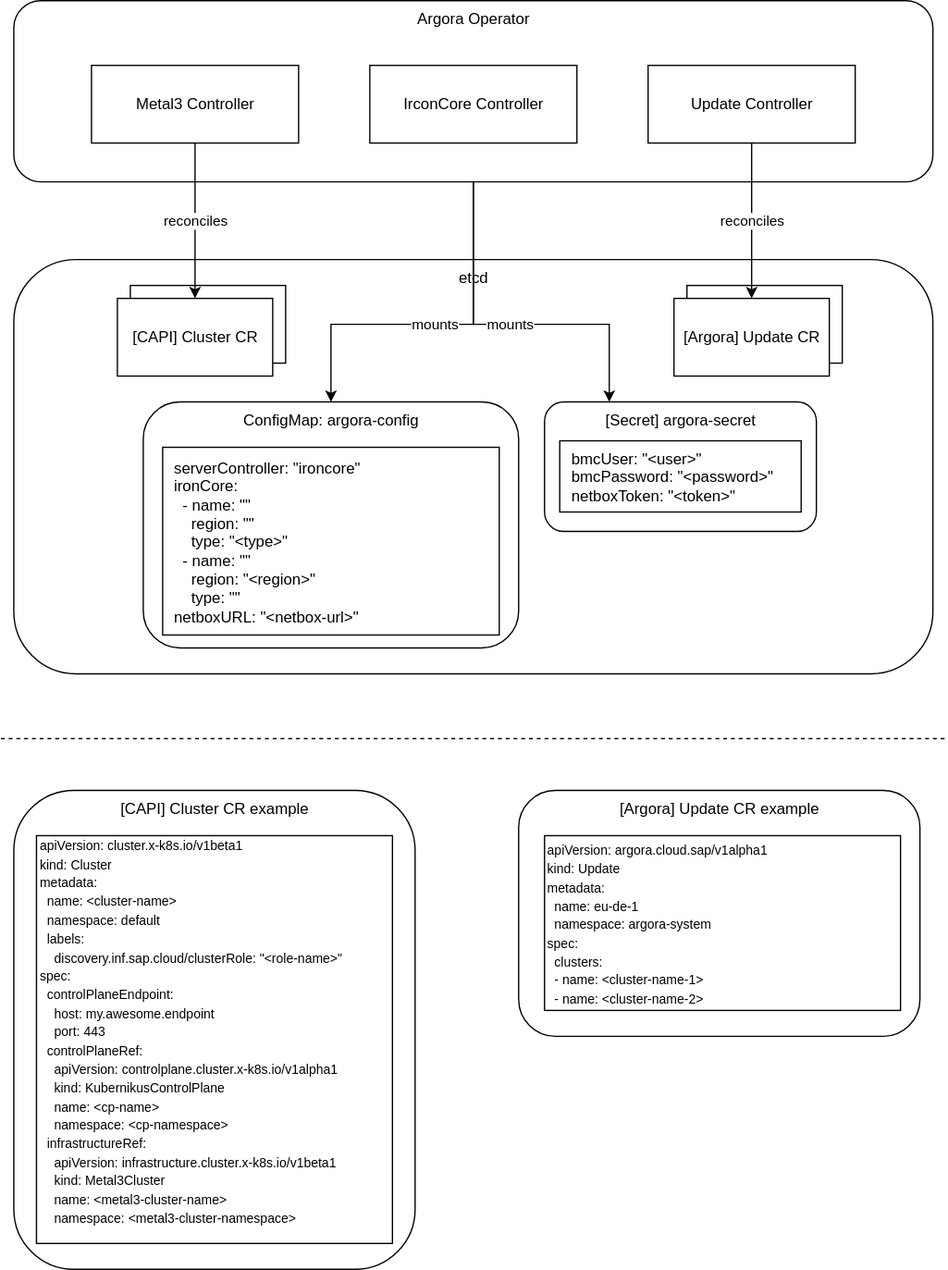
sapcc/argora keeps this draw.io diagram as docs/architecture/argora.svg. Above is the earlier version. Source tidied: cells renumbered, new cells last; positions are measured from the earlier drawing's top-left corner, leaving out a move shared by most shapes.
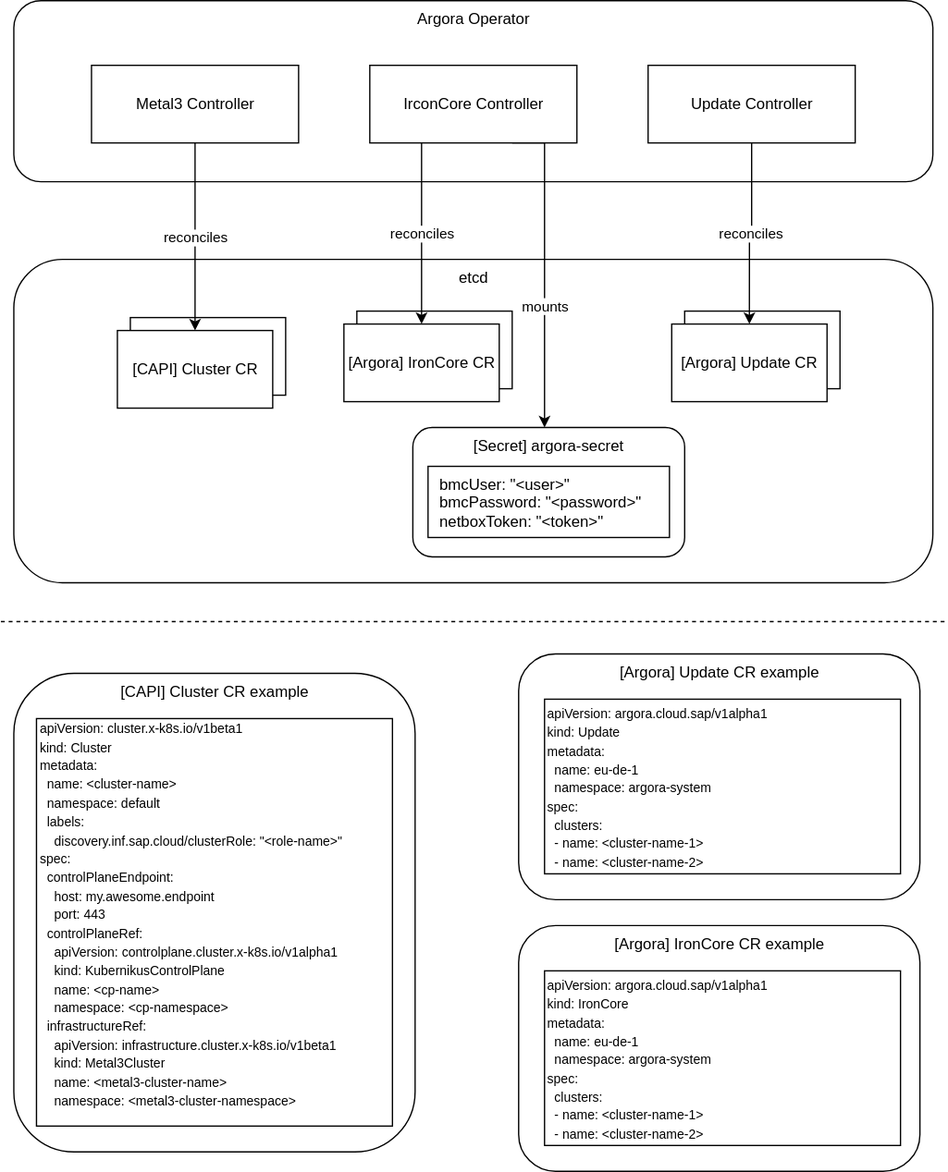
The same diagram one commit later.

Change to the diagram source:
```diff
@@ -3,19 +3,20 @@
     <mxCell id="0" />
     <mxCell id="1" parent="0" />
     <mxCell id="2" value="etcd" style="rounded=1;whiteSpace=wrap;html=1;verticalAlign=top;" parent="1" vertex="1">
-      <mxGeometry x="10" y="200" width="710" height="320" as="geometry" />
+      <mxGeometry x="10" y="200" width="710" height="250" as="geometry" />
     </mxCell>
+    <mxCell id="4" value="Argora Operator" style="rounded=1;whiteSpace=wrap;html=1;align=center;spacingBottom=0;verticalAlign=top;" parent="1" vertex="1">
+      <mxGeometry x="10" width="710" height="140" as="geometry" />
+    </mxCell>
-    <mxCell id="3" value="mounts" style="edgeStyle=orthogonalEdgeStyle;rounded=0;jettySize=auto;html=1;" parent="1" edge="1" source="4" target="15">
-      <mxGeometry relative="1" as="geometry">
+    <mxCell id="3" value="mounts" style="edgeStyle=orthogonalEdgeStyle;rounded=0;orthogonalLoop=1;jettySize=auto;html=1;exitX=0.75;exitY=1;exitDx=0;exitDy=0;" parent="1" edge="1">
+      <mxGeometry x="0.23" relative="1" as="geometry">
+        <mxPoint x="395" y="110" as="sourcePoint" />
+        <mxPoint x="420" y="330" as="targetPoint" />
         <Array as="points">
-          <mxPoint x="365" y="250" />
-          <mxPoint x="470" y="250" />
+          <mxPoint x="420" y="110" />
         </Array>
       </mxGeometry>
     </mxCell>
-    <mxCell id="4" value="Argora Operator" style="rounded=1;whiteSpace=wrap;html=1;align=center;spacingBottom=0;verticalAlign=top;" parent="1" vertex="1">
-      <mxGeometry x="10" width="710" height="140" as="geometry" />
-    </mxCell>
     <mxCell id="5" value="Metal3 Controller" style="rounded=0;whiteSpace=wrap;html=1;" parent="1" vertex="1">
       <mxGeometry x="70" y="50" width="160" height="60" as="geometry" />
     </mxCell>
@@ -26,31 +27,25 @@
       <mxGeometry x="500" y="50" width="160" height="60" as="geometry" />
     </mxCell>
     <mxCell id="8" style="rounded=0;whiteSpace=wrap;html=1;" parent="1" vertex="1">
-      <mxGeometry x="100" y="220" width="120" height="60" as="geometry" />
+      <mxGeometry x="100" y="245" width="120" height="60" as="geometry" />
     </mxCell>
     <mxCell id="9" value="[CAPI] Cluster CR" style="rounded=0;whiteSpace=wrap;html=1;" parent="1" vertex="1">
-      <mxGeometry x="90" y="230" width="120" height="60" as="geometry" />
+      <mxGeometry x="90" y="255" width="120" height="60" as="geometry" />
     </mxCell>
-    <mxCell id="10" value="ConfigMap: argora-config" style="rounded=1;whiteSpace=wrap;html=1;verticalAlign=top;" parent="1" vertex="1">
-      <mxGeometry x="110" y="310" width="290" height="190" as="geometry" />
-    </mxCell>
     <mxCell id="11" value="reconciles" style="edgeStyle=orthogonalEdgeStyle;rounded=0;jettySize=auto;html=1;exitX=0.5;exitY=1;exitDx=0;exitDy=0;entryX=0.5;entryY=0;entryDx=0;entryDy=0;" parent="1" edge="1" source="5" target="9">
       <mxGeometry relative="1" as="geometry" />
     </mxCell>
-    <mxCell id="12" value="&lt;div&gt;&amp;nbsp; serverController: &quot;ironcore&quot;&lt;/div&gt;&lt;div&gt;&amp;nbsp; ironCore:&lt;/div&gt;&lt;div&gt;&amp;nbsp; &amp;nbsp; - name: &quot;&quot;&lt;/div&gt;&lt;div&gt;&amp;nbsp; &amp;nbsp; &amp;nbsp; region: &quot;&quot;&lt;/div&gt;&lt;div&gt;&amp;nbsp; &amp;nbsp; &amp;nbsp; type: &quot;&amp;lt;type&amp;gt;&quot;&lt;/div&gt;&lt;div&gt;&amp;nbsp; &amp;nbsp; - name: &quot;&quot;&lt;/div&gt;&lt;div&gt;&amp;nbsp; &amp;nbsp; &amp;nbsp; region: &quot;&amp;lt;region&amp;gt;&quot;&lt;/div&gt;&lt;div&gt;&amp;nbsp; &amp;nbsp; &amp;nbsp; type: &quot;&quot;&lt;/div&gt;&lt;div style=&quot;&quot;&gt;&amp;nbsp; netboxURL: &quot;&amp;lt;netbox-url&amp;gt;&quot;&lt;/div&gt;" style="rounded=0;whiteSpace=wrap;html=1;align=left;" parent="1" vertex="1">
-      <mxGeometry x="125" y="345" width="260" height="145" as="geometry" />
-    </mxCell>
     <mxCell id="13" style="rounded=0;whiteSpace=wrap;html=1;" parent="1" vertex="1">
-      <mxGeometry x="530" y="220" width="120" height="60" as="geometry" />
+      <mxGeometry x="528.2" y="240" width="120" height="60" as="geometry" />
     </mxCell>
     <mxCell id="14" value="[Argora] Update CR" style="rounded=0;whiteSpace=wrap;html=1;" parent="1" vertex="1">
-      <mxGeometry x="520" y="230" width="120" height="60" as="geometry" />
+      <mxGeometry x="518.2" y="250" width="120" height="60" as="geometry" />
     </mxCell>
     <mxCell id="15" value="[Secret&lt;span style=&quot;background-color: transparent; color: light-dark(rgb(0, 0, 0), rgb(255, 255, 255));&quot;&gt;] argora-secret&lt;/span&gt;" style="rounded=1;whiteSpace=wrap;html=1;verticalAlign=top;" parent="1" vertex="1">
-      <mxGeometry x="420" y="310" width="210" height="100" as="geometry" />
+      <mxGeometry x="318.2" y="330" width="210" height="100" as="geometry" />
     </mxCell>
     <mxCell id="16" value="&lt;div&gt;&amp;nbsp; bmcUser: &quot;&amp;lt;user&amp;gt;&quot;&lt;/div&gt;&lt;div&gt;&amp;nbsp; bmcPassword: &quot;&amp;lt;password&amp;gt;&quot;&lt;/div&gt;&lt;div&gt;&amp;nbsp; netboxToken: &quot;&amp;lt;token&amp;gt;&quot;&lt;/div&gt;" style="rounded=0;whiteSpace=wrap;html=1;align=left;" parent="1" vertex="1">
-      <mxGeometry x="431.8" y="340" width="186.5" height="55" as="geometry" />
+      <mxGeometry x="330" y="360" width="186.5" height="55" as="geometry" />
     </mxCell>
     <mxCell id="17" style="edgeStyle=orthogonalEdgeStyle;rounded=0;orthogonalLoop=1;jettySize=auto;html=1;exitX=0.5;exitY=1;exitDx=0;exitDy=0;" parent="1" edge="1" source="15" target="15">
       <mxGeometry relative="1" as="geometry" />
@@ -58,31 +53,38 @@
     <mxCell id="18" value="reconciles" style="edgeStyle=orthogonalEdgeStyle;rounded=0;jettySize=auto;html=1;entryX=0.5;entryY=0;entryDx=0;entryDy=0;" parent="1" edge="1" source="7" target="14">
       <mxGeometry relative="1" as="geometry" />
     </mxCell>
-    <mxCell id="19" value="mounts" style="edgeStyle=orthogonalEdgeStyle;rounded=0;jettySize=auto;html=1;" parent="1" edge="1" source="4" target="10">
-      <mxGeometry relative="1" as="geometry">
-        <Array as="points">
-          <mxPoint x="365" y="250" />
-          <mxPoint x="255" y="250" />
-        </Array>
-      </mxGeometry>
-    </mxCell>
     <mxCell id="20" style="endArrow=none;dashed=1;html=1;rounded=0;" parent="1" edge="1">
       <mxGeometry relative="1" as="geometry">
-        <mxPoint y="570" as="sourcePoint" />
-        <mxPoint x="730" y="570" as="targetPoint" />
+        <mxPoint y="480" as="sourcePoint" />
+        <mxPoint x="730" y="480" as="targetPoint" />
       </mxGeometry>
     </mxCell>
     <mxCell id="21" value="[CAPI] Cluster CR example" style="rounded=1;whiteSpace=wrap;html=1;verticalAlign=top;" parent="1" vertex="1">
-      <mxGeometry x="10" y="610" width="310" height="370" as="geometry" />
+      <mxGeometry x="10" y="520" width="310" height="370" as="geometry" />
     </mxCell>
     <mxCell id="22" value="&lt;div&gt;&lt;font style=&quot;font-size: 10px;&quot;&gt;apiVersion: cluster.x-k8s.io/v1beta1&lt;/font&gt;&lt;/div&gt;&lt;div&gt;&lt;font style=&quot;font-size: 10px;&quot;&gt;kind: Cluster&lt;/font&gt;&lt;/div&gt;&lt;div&gt;&lt;font style=&quot;font-size: 10px;&quot;&gt;metadata:&lt;/font&gt;&lt;/div&gt;&lt;div&gt;&lt;font style=&quot;font-size: 10px;&quot;&gt;&amp;nbsp; name: &amp;lt;cluster-name&amp;gt;&lt;/font&gt;&lt;/div&gt;&lt;div&gt;&lt;font style=&quot;font-size: 10px;&quot;&gt;&amp;nbsp; namespace: default&lt;/font&gt;&lt;/div&gt;&lt;div&gt;&lt;font style=&quot;font-size: 10px;&quot;&gt;&amp;nbsp; labels:&lt;/font&gt;&lt;/div&gt;&lt;div&gt;&lt;font style=&quot;font-size: 10px;&quot;&gt;&amp;nbsp; &amp;nbsp; discovery.inf.sap.cloud/clusterRole: &quot;&amp;lt;role-name&amp;gt;&quot;&lt;/font&gt;&lt;/div&gt;&lt;div&gt;&lt;font style=&quot;font-size: 10px;&quot;&gt;spec:&lt;/font&gt;&lt;/div&gt;&lt;div&gt;&lt;font style=&quot;font-size: 10px;&quot;&gt;&amp;nbsp; controlPlaneEndpoint:&lt;/font&gt;&lt;/div&gt;&lt;div&gt;&lt;font style=&quot;font-size: 10px;&quot;&gt;&amp;nbsp; &amp;nbsp; host: my.awesome.endpoint&lt;/font&gt;&lt;/div&gt;&lt;div&gt;&lt;font style=&quot;font-size: 10px;&quot;&gt;&amp;nbsp; &amp;nbsp; port: 443&lt;/font&gt;&lt;/div&gt;&lt;div&gt;&lt;font style=&quot;font-size: 10px;&quot;&gt;&amp;nbsp; controlPlaneRef:&lt;/font&gt;&lt;/div&gt;&lt;div&gt;&lt;font style=&quot;font-size: 10px;&quot;&gt;&amp;nbsp; &amp;nbsp; apiVersion: controlplane.cluster.x-k8s.io/v1alpha1&lt;/font&gt;&lt;/div&gt;&lt;div&gt;&lt;font style=&quot;font-size: 10px;&quot;&gt;&amp;nbsp; &amp;nbsp; kind: KubernikusControlPlane&lt;/font&gt;&lt;/div&gt;&lt;div&gt;&lt;font style=&quot;font-size: 10px;&quot;&gt;&amp;nbsp; &amp;nbsp; name: &amp;lt;cp-name&amp;gt;&lt;/font&gt;&lt;/div&gt;&lt;div&gt;&lt;font style=&quot;font-size: 10px;&quot;&gt;&amp;nbsp; &amp;nbsp; namespace: &amp;lt;cp-namespace&amp;gt;&lt;/font&gt;&lt;/div&gt;&lt;div&gt;&lt;font style=&quot;font-size: 10px;&quot;&gt;&amp;nbsp; infrastructureRef:&lt;/font&gt;&lt;/div&gt;&lt;div&gt;&lt;font style=&quot;font-size: 10px;&quot;&gt;&amp;nbsp; &amp;nbsp; apiVersion: infrastructure.cluster.x-k8s.io/v1beta1&lt;/font&gt;&lt;/div&gt;&lt;div&gt;&lt;font style=&quot;font-size: 10px;&quot;&gt;&amp;nbsp; &amp;nbsp; kind: Metal3Cluster&lt;/font&gt;&lt;/div&gt;&lt;div&gt;&lt;font style=&quot;font-size: 10px;&quot;&gt;&amp;nbsp; &amp;nbsp; name: &amp;lt;metal3-cluster-name&amp;gt;&lt;/font&gt;&lt;/div&gt;&lt;div&gt;&lt;span style=&quot;font-size: 10px; background-color: transparent; color: light-dark(rgb(0, 0, 0), rgb(255, 255, 255));&quot;&gt;&amp;nbsp; &amp;nbsp; namespace: &amp;lt;metal3-cluster-namespace&amp;gt;&lt;/span&gt;&lt;/div&gt;&lt;div&gt;&lt;br&gt;&lt;/div&gt;" style="rounded=0;whiteSpace=wrap;html=1;align=left;" parent="1" vertex="1">
-      <mxGeometry x="27.5" y="645" width="275" height="315" as="geometry" />
+      <mxGeometry x="27.5" y="555" width="275" height="315" as="geometry" />
     </mxCell>
     <mxCell id="23" value="[Argora] Update CR example" style="rounded=1;whiteSpace=wrap;html=1;verticalAlign=top;" parent="1" vertex="1">
-      <mxGeometry x="400" y="610" width="310" height="190" as="geometry" />
+      <mxGeometry x="400" y="505" width="310" height="190" as="geometry" />
     </mxCell>
     <mxCell id="24" value="&lt;div&gt;&lt;span style=&quot;font-size: 10px;&quot;&gt;apiVersion: argora.cloud.sap/v1alpha1&lt;/span&gt;&lt;/div&gt;&lt;div&gt;&lt;span style=&quot;font-size: 10px;&quot;&gt;kind: Update&lt;/span&gt;&lt;/div&gt;&lt;div&gt;&lt;span style=&quot;font-size: 10px;&quot;&gt;metadata:&lt;/span&gt;&lt;/div&gt;&lt;div&gt;&lt;span style=&quot;font-size: 10px; background-color: transparent; color: light-dark(rgb(0, 0, 0), rgb(255, 255, 255));&quot;&gt;&amp;nbsp; name: eu-de-1&lt;/span&gt;&lt;/div&gt;&lt;div&gt;&lt;span style=&quot;font-size: 10px;&quot;&gt;&amp;nbsp; namespace: argora-system&lt;/span&gt;&lt;/div&gt;&lt;div&gt;&lt;span style=&quot;font-size: 10px; background-color: transparent; color: light-dark(rgb(0, 0, 0), rgb(255, 255, 255));&quot;&gt;spec:&lt;/span&gt;&lt;/div&gt;&lt;div&gt;&lt;span style=&quot;font-size: 10px;&quot;&gt;&amp;nbsp; clusters:&lt;/span&gt;&lt;/div&gt;&lt;div&gt;&lt;span style=&quot;font-size: 10px;&quot;&gt;&amp;nbsp; - name: &amp;lt;cluster-name-1&amp;gt;&lt;/span&gt;&lt;/div&gt;&lt;div&gt;&lt;span style=&quot;font-size: 10px;&quot;&gt;&amp;nbsp; - name:&amp;nbsp;&lt;/span&gt;&lt;span style=&quot;font-size: 10px; background-color: transparent; color: light-dark(rgb(0, 0, 0), rgb(255, 255, 255));&quot;&gt;&amp;lt;cluster-name-2&amp;gt;&lt;/span&gt;&lt;span style=&quot;font-size: 10px;&quot;&gt;&lt;br&gt;&lt;/span&gt;&lt;/div&gt;" style="rounded=0;whiteSpace=wrap;html=1;align=left;" parent="1" vertex="1">
-      <mxGeometry x="420" y="645" width="275" height="135" as="geometry" />
+      <mxGeometry x="420" y="540" width="275" height="135" as="geometry" />
     </mxCell>
+    <mxCell id="25" value="[Argora] IronCore CR example" style="rounded=1;whiteSpace=wrap;html=1;verticalAlign=top;" parent="1" vertex="1">
+      <mxGeometry x="400" y="715" width="310" height="190" as="geometry" />
+    </mxCell>
+    <mxCell id="26" value="&lt;div&gt;&lt;span style=&quot;font-size: 10px;&quot;&gt;apiVersion: argora.cloud.sap/v1alpha1&lt;/span&gt;&lt;/div&gt;&lt;div&gt;&lt;span style=&quot;font-size: 10px;&quot;&gt;kind: IronCore&lt;/span&gt;&lt;/div&gt;&lt;div&gt;&lt;span style=&quot;font-size: 10px;&quot;&gt;metadata:&lt;/span&gt;&lt;/div&gt;&lt;div&gt;&lt;span style=&quot;font-size: 10px; background-color: transparent; color: light-dark(rgb(0, 0, 0), rgb(255, 255, 255));&quot;&gt;&amp;nbsp; name: eu-de-1&lt;/span&gt;&lt;/div&gt;&lt;div&gt;&lt;span style=&quot;font-size: 10px;&quot;&gt;&amp;nbsp; namespace: argora-system&lt;/span&gt;&lt;/div&gt;&lt;div&gt;&lt;span style=&quot;font-size: 10px; background-color: transparent; color: light-dark(rgb(0, 0, 0), rgb(255, 255, 255));&quot;&gt;spec:&lt;/span&gt;&lt;/div&gt;&lt;div&gt;&lt;span style=&quot;font-size: 10px;&quot;&gt;&amp;nbsp; clusters:&lt;/span&gt;&lt;/div&gt;&lt;div&gt;&lt;span style=&quot;font-size: 10px;&quot;&gt;&amp;nbsp; - name: &amp;lt;cluster-name-1&amp;gt;&lt;/span&gt;&lt;/div&gt;&lt;div&gt;&lt;span style=&quot;font-size: 10px;&quot;&gt;&amp;nbsp; - name:&amp;nbsp;&lt;/span&gt;&lt;span style=&quot;font-size: 10px; background-color: transparent; color: light-dark(rgb(0, 0, 0), rgb(255, 255, 255));&quot;&gt;&amp;lt;cluster-name-2&amp;gt;&lt;/span&gt;&lt;span style=&quot;font-size: 10px;&quot;&gt;&lt;br&gt;&lt;/span&gt;&lt;/div&gt;" style="rounded=0;whiteSpace=wrap;html=1;align=left;" parent="1" vertex="1">
+      <mxGeometry x="420" y="750" width="275" height="135" as="geometry" />
+    </mxCell>
+    <mxCell id="27" style="rounded=0;whiteSpace=wrap;html=1;" parent="1" vertex="1">
+      <mxGeometry x="275" y="240" width="120" height="60" as="geometry" />
+    </mxCell>
+    <mxCell id="28" value="[Argora] IronCore CR" style="rounded=0;whiteSpace=wrap;html=1;" parent="1" vertex="1">
+      <mxGeometry x="265" y="250" width="120" height="60" as="geometry" />
+    </mxCell>
+    <mxCell id="29" value="reconciles" style="edgeStyle=orthogonalEdgeStyle;rounded=0;jettySize=auto;html=1;entryX=0.5;entryY=0;entryDx=0;entryDy=0;exitX=0.25;exitY=1;exitDx=0;exitDy=0;" parent="1" edge="1" source="6" target="28">
+      <mxGeometry relative="1" as="geometry" />
+    </mxCell>
   </root>
 </mxGraphModel>
```
